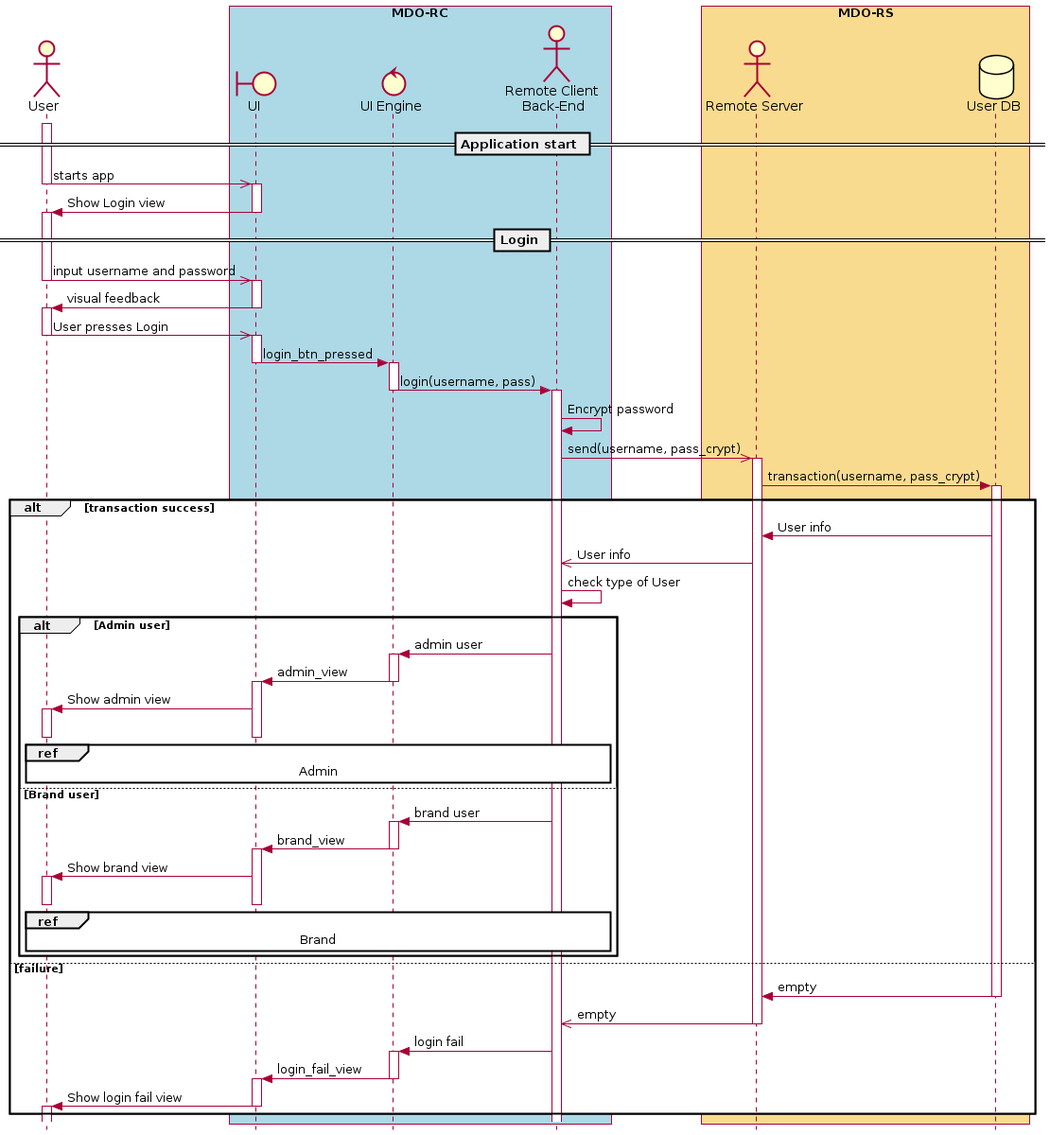
This is Proj/report/img/seq-rc-login.png from ElectroQuanta/MDO, a PlantUML export, as it was before one commit. Source of this version:
```plantuml
@startuml
skinparam style strictuml
hide footbox


actor User
box "MDO-RC" #LightBlue
boundary "UI" as UI
control "UI Engine" as UIE
actor "Remote Client \nBack-End" as RC
endbox
box "MDO-RS" #f9db8f
actor "Remote Server" as RS
database "User DB" as UserDB
endbox

== Application start ==
activate User
User ->> UI: starts app
deactivate User
activate UI
UI -> User: Show Login view
deactivate UI
== Login ==
activate User
User ->> UI: input username and password
deactivate User
activate UI
UI -> User: visual feedback
deactivate UI
activate User
User ->> UI: User presses Login
deactivate User
activate UI
UI -> UIE: login_btn_pressed
deactivate UI
activate UIE
UIE -> RC : login(username, pass)
deactivate UIE
activate RC
RC -> RC : Encrypt password
RC ->> RS : send(username, pass_crypt)
activate RS
RS -> UserDB : transaction(username, pass_crypt)
activate UserDB
alt transaction success
  UserDB -> RS: User info
  RS ->> RC: User info
  RC -> RC: check type of User
  alt Admin user
    RC -> UIE: admin user
    activate UIE
    UIE -> UI: admin_view
    deactivate UIE
    activate UI
    UI -> User: Show admin view
    activate User
    deactivate UI
    ref over RC, UIE, UI, User: Admin
    deactivate User
  else Brand user
    RC -> UIE: brand user
    activate UIE
    UIE -> UI: brand_view
    deactivate UIE
    activate UI
    UI -> User: Show brand view
    activate User
    deactivate UI
    deactivate User
    ref over RC, UIE, UI, User: Brand
  end
else failure
UserDB -> RS: empty
deactivate UserDB
RS ->> RC : empty
deactivate RS
RC -> UIE : login fail
activate UIE
UIE -> UI : login_fail_view
deactivate UIE
activate UI
UI -> User : Show login fail view
deactivate UI
activate User
deactivate User
end



@enduml
```
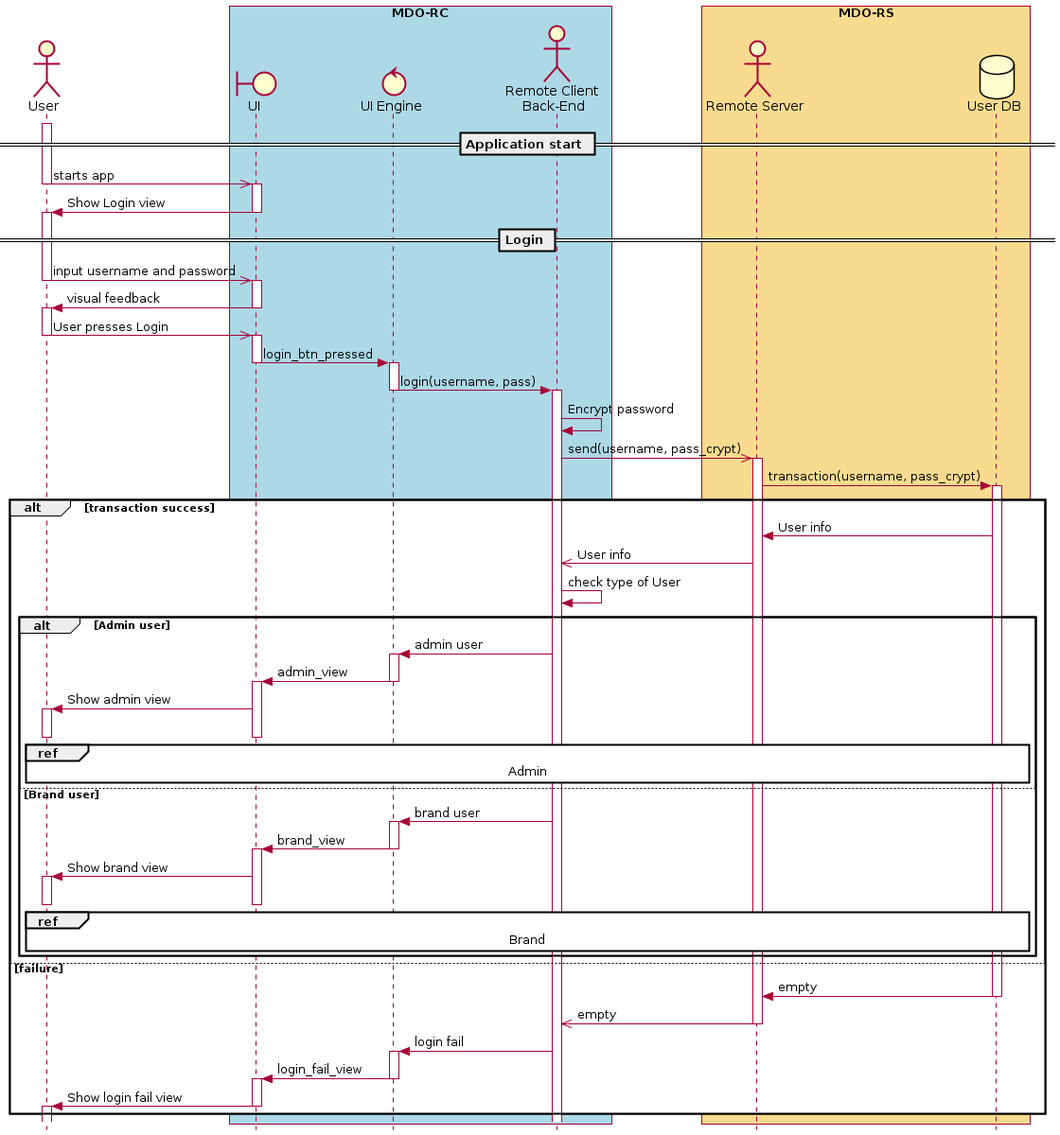
The same diagram one commit later.

Change to the diagram source:
```diff
@@ -56,7 +56,7 @@
     UI -> User: Show admin view
     activate User
     deactivate UI
-    ref over RC, UIE, UI, User: Admin
+    ref over RC, UIE, UI, User, RS, UserDB: Admin
     deactivate User
   else Brand user
     RC -> UIE: brand user
@@ -68,7 +68,7 @@
     activate User
     deactivate UI
     deactivate User
-    ref over RC, UIE, UI, User: Brand
+    ref over RC, UIE, UI, User, RS, UserDB: Brand
   end
 else failure
 UserDB -> RS: empty
```
